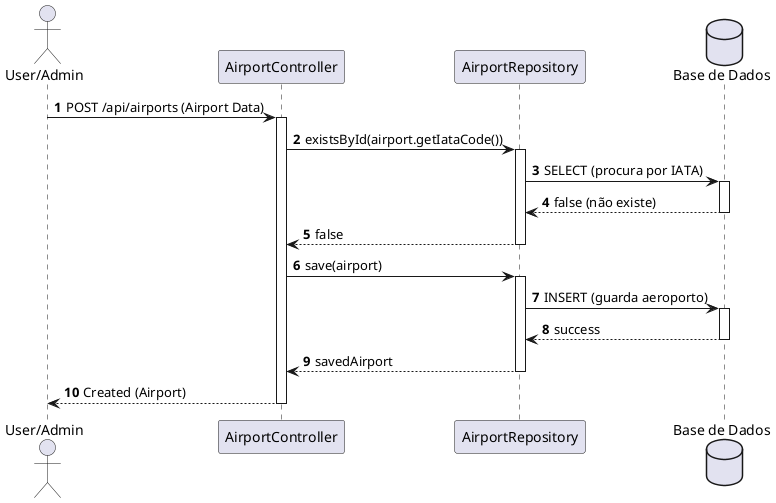
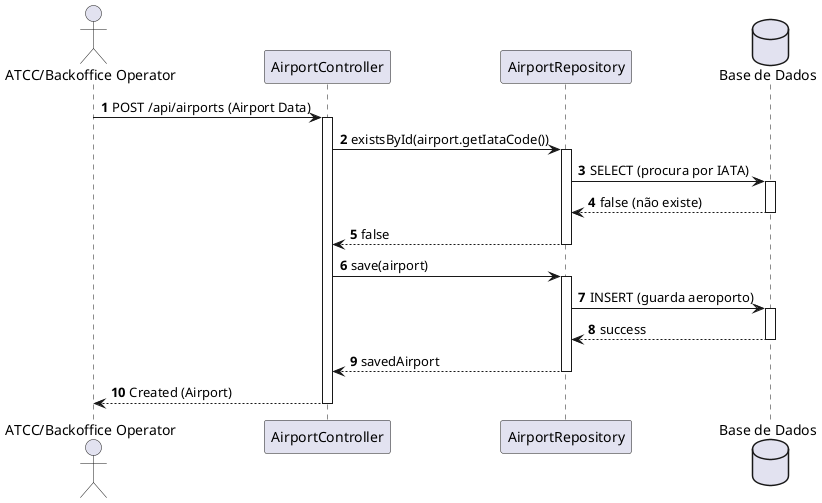
@startuml
autonumber
skinparam packageStyle rectangle

- actor "User/Admin" as User
+ actor "ATCC/Backoffice Operator" as User
participant "AirportController" as Ctrl
participant "AirportRepository" as Repo
database "Base de Dados" as DB

User -> Ctrl : POST /api/airports (Airport Data)
activate Ctrl

Ctrl -> Repo : existsById(airport.getIataCode())
activate Repo
Repo -> DB : SELECT (procura por IATA)
activate DB
DB --> Repo : false (não existe)
deactivate DB
Repo --> Ctrl : false
deactivate Repo

Ctrl -> Repo : save(airport)
activate Repo
Repo -> DB : INSERT (guarda aeroporto)
activate DB
DB --> Repo : success
deactivate DB
Repo --> Ctrl : savedAirport
deactivate Repo

Ctrl --> User : Created (Airport)
deactivate Ctrl
@enduml